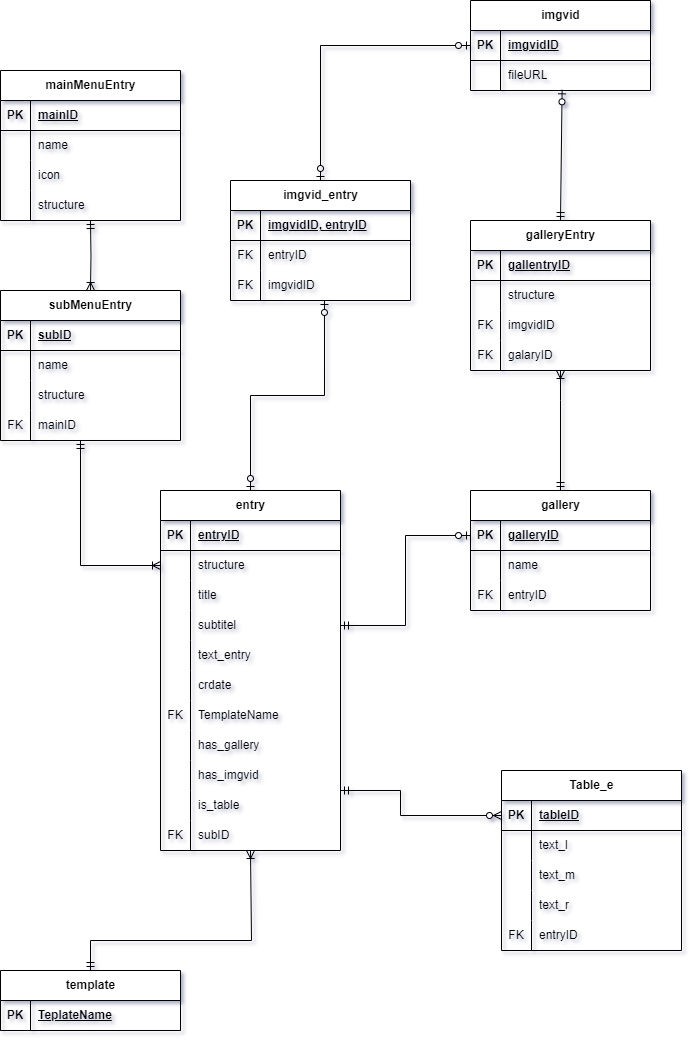
Earlier version of the draw.io export src/db/schema.png (Werzu25/MusikbezirkSilz). Source tidied: cells renumbered, new cells last; positions are measured from the earlier drawing's top-left corner, leaving out a move shared by most shapes.
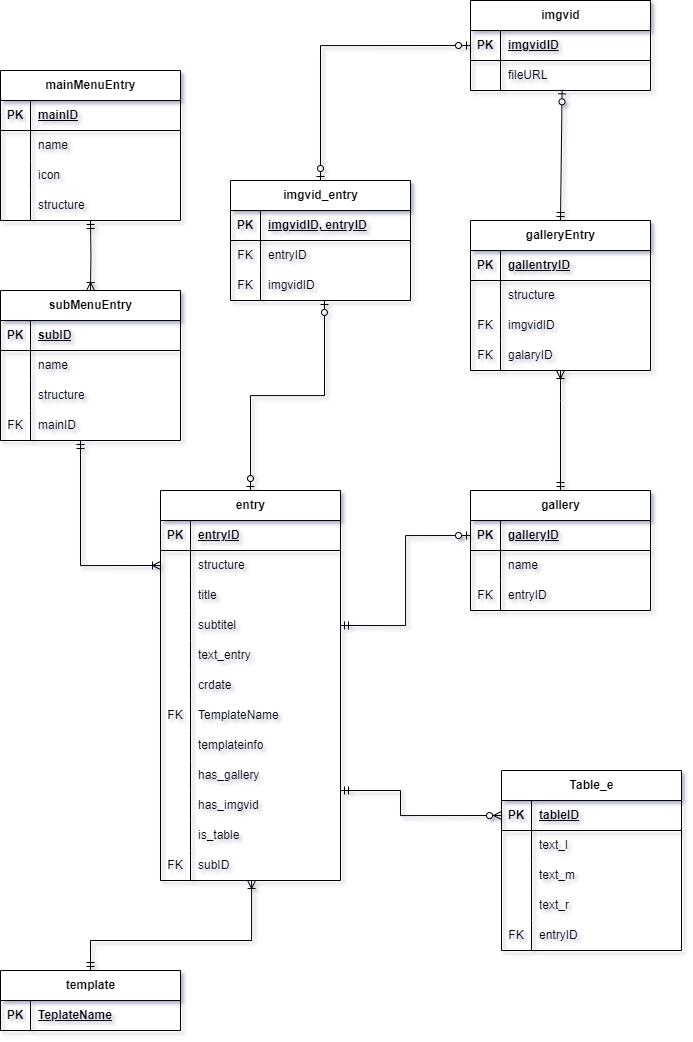
The same file after the commit.

Commit message:
warum isch des alles so

Diff of the diagram source:
```diff
@@ -3,7 +3,7 @@
     <mxCell id="0" />
     <mxCell id="1" parent="0" />
     <mxCell id="2" value="entry" style="shape=table;startSize=30;rowLines=0;fontStyle=1;align=center;html=1;verticalAlign=middle;horizontal=1;" parent="1" vertex="1">
-      <mxGeometry x="160" y="490" width="180" height="360" as="geometry" />
+      <mxGeometry x="160" y="490" width="180" height="390" as="geometry" />
     </mxCell>
     <mxCell id="3" style="shape=tableRow;horizontal=0;startSize=0;swimlaneHead=0;swimlaneBody=0;fillColor=none;top=0;left=0;right=0;bottom=1;" parent="2" vertex="1">
       <mxGeometry y="30" width="180" height="30" as="geometry" />
@@ -222,7 +222,7 @@
     </mxCell>
     <mxCell id="73" style="edgeStyle=orthogonalEdgeStyle;fontSize=12;html=1;endArrow=ERoneToMany;startArrow=ERmandOne;rounded=0;exitX=0.5;exitY=0;exitDx=0;exitDy=0;" parent="1" edge="1" source="69">
       <mxGeometry relative="1" as="geometry">
-        <mxPoint x="250" y="850" as="targetPoint" />
+        <mxPoint x="250" y="880" as="targetPoint" />
         <Array as="points">
           <mxPoint x="90" y="940" />
           <mxPoint x="251" y="940" />
@@ -242,7 +242,7 @@
       </mxGeometry>
     </mxCell>
     <mxCell id="76" style="shape=tableRow;horizontal=0;startSize=0;swimlaneHead=0;swimlaneBody=0;fillColor=none;top=0;left=0;right=0;bottom=0;" parent="1" vertex="1">
-      <mxGeometry x="160" y="770" width="180" height="30" as="geometry" />
+      <mxGeometry x="160" y="800" width="180" height="30" as="geometry" />
     </mxCell>
     <mxCell id="77" style="shape=tableRow;horizontal=0;startSize=0;swimlaneHead=0;swimlaneBody=0;fillColor=none;top=0;left=0;right=0;bottom=0;" parent="1" vertex="1">
       <mxGeometry x="160" y="660" width="180" height="30" as="geometry" />
@@ -254,10 +254,10 @@
       <mxGeometry x="160" y="700" width="30" height="30" as="geometry" />
     </mxCell>
     <mxCell id="80" value="subID" style="shape=partialRectangle;fillColor=none;top=0;left=1;bottom=0;right=0;align=left;spacingLeft=6;overflow=hidden;whiteSpace=wrap;html=1;" parent="1" vertex="1">
-      <mxGeometry x="190" y="820" width="160" height="30" as="geometry" />
+      <mxGeometry x="190" y="850" width="160" height="30" as="geometry" />
     </mxCell>
     <mxCell id="81" value="FK" style="shape=partialRectangle;fillColor=none;top=0;left=0;bottom=0;right=0;overflow=hidden;whiteSpace=wrap;html=1;" parent="1" vertex="1">
-      <mxGeometry x="160" y="820" width="30" height="30" as="geometry" />
+      <mxGeometry x="160" y="850" width="30" height="30" as="geometry" />
     </mxCell>
     <mxCell id="82" style="shape=tableRow;horizontal=0;startSize=0;swimlaneHead=0;swimlaneBody=0;fillColor=none;top=0;left=0;right=0;bottom=0;" parent="1" vertex="1">
       <mxGeometry x="160" y="650" width="180" height="30" as="geometry" />
@@ -266,22 +266,22 @@
       <mxGeometry x="30" y="-10" width="150" height="30" as="geometry" />
     </mxCell>
     <mxCell id="84" style="shape=tableRow;horizontal=0;startSize=0;swimlaneHead=0;swimlaneBody=0;fillColor=none;top=0;left=0;right=0;bottom=0;" parent="1" vertex="1">
-      <mxGeometry x="160" y="740" width="180" height="30" as="geometry" />
+      <mxGeometry x="160" y="770" width="180" height="30" as="geometry" />
     </mxCell>
     <mxCell id="85" value="has_gallery" style="shape=partialRectangle;fillColor=none;top=0;left=1;bottom=0;right=0;align=left;spacingLeft=6;overflow=hidden;whiteSpace=wrap;html=1;" parent="84" vertex="1">
       <mxGeometry x="30" y="-10" width="150" height="30" as="geometry" />
     </mxCell>
     <mxCell id="86" style="shape=tableRow;horizontal=0;startSize=0;swimlaneHead=0;swimlaneBody=0;fillColor=none;top=0;left=0;right=0;bottom=0;" parent="1" vertex="1">
-      <mxGeometry x="160" y="770" width="180" height="30" as="geometry" />
+      <mxGeometry x="160" y="800" width="180" height="30" as="geometry" />
     </mxCell>
     <mxCell id="87" style="shape=tableRow;horizontal=0;startSize=0;swimlaneHead=0;swimlaneBody=0;fillColor=none;top=0;left=0;right=0;bottom=0;" parent="1" vertex="1">
-      <mxGeometry x="160" y="800" width="180" height="30" as="geometry" />
+      <mxGeometry x="160" y="830" width="180" height="30" as="geometry" />
     </mxCell>
     <mxCell id="88" value="is_table" style="shape=partialRectangle;fillColor=none;top=0;left=1;bottom=0;right=0;align=left;spacingLeft=6;overflow=hidden;whiteSpace=wrap;html=1;" parent="1" vertex="1">
-      <mxGeometry x="190" y="790" width="150" height="30" as="geometry" />
+      <mxGeometry x="190" y="820" width="150" height="30" as="geometry" />
     </mxCell>
     <mxCell id="89" value="has_imgvid" style="shape=partialRectangle;fillColor=none;top=0;left=1;bottom=0;right=0;align=left;spacingLeft=6;overflow=hidden;whiteSpace=wrap;html=1;" parent="1" vertex="1">
-      <mxGeometry x="190" y="760" width="150" height="30" as="geometry" />
+      <mxGeometry x="190" y="790" width="150" height="30" as="geometry" />
     </mxCell>
     <mxCell id="90" value="Table_e" style="shape=table;startSize=30;rowLines=0;fontStyle=1;align=center;html=1;" parent="1" vertex="1">
       <mxGeometry x="501" y="770" width="180" height="180" as="geometry" />
@@ -388,5 +388,8 @@
     <mxCell id="122" value="structure" style="shape=partialRectangle;fillColor=none;top=0;left=1;bottom=0;right=0;align=left;spacingLeft=6;overflow=hidden;whiteSpace=wrap;html=1;" parent="1" vertex="1">
       <mxGeometry x="30" y="190" width="150" height="30" as="geometry" />
     </mxCell>
+    <mxCell id="123" value="templateinfo" style="shape=partialRectangle;fillColor=none;top=0;left=1;bottom=0;right=0;align=left;spacingLeft=6;overflow=hidden;whiteSpace=wrap;html=1;" parent="1" vertex="1">
+      <mxGeometry x="190" y="730" width="150" height="30" as="geometry" />
+    </mxCell>
   </root>
 </mxGraphModel>
```
